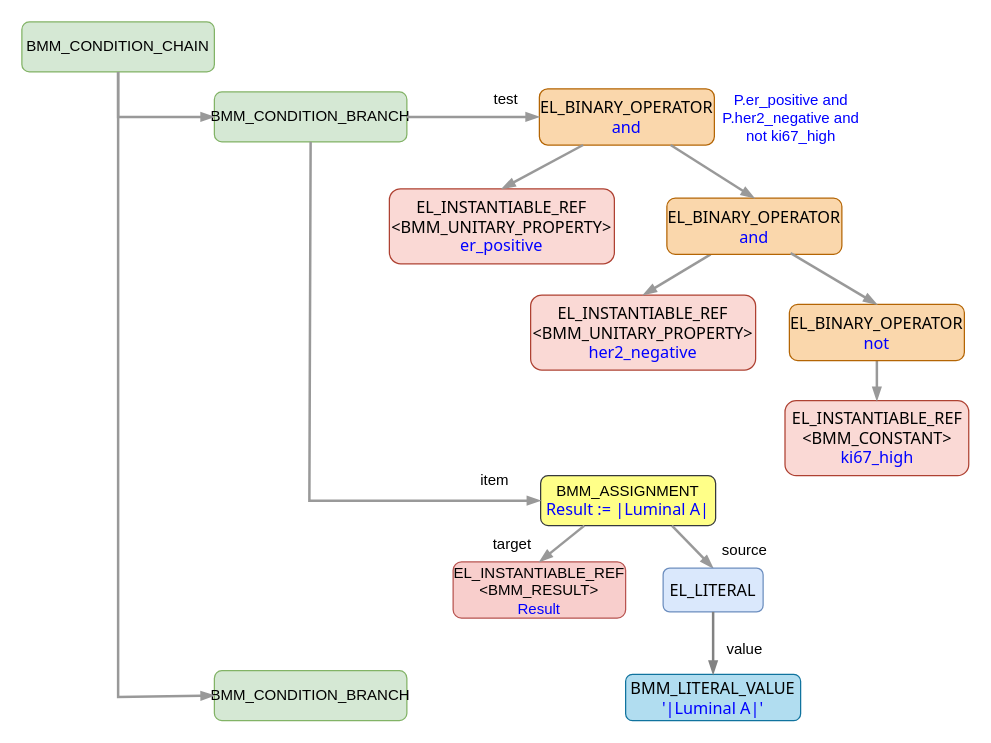
Above: docs/bmm/diagrams/bmm_condition_chain.drawio in openEHR/specifications-LANG (draw.io), before the change. Source tidied: cells renumbered, new cells numbered last; positions are measured from the earlier drawing's top-left corner, leaving out a move shared by most shapes. Both pictures are drawn from the tidied source at 125%, with x=0, y=0 at pixel (21, 21).
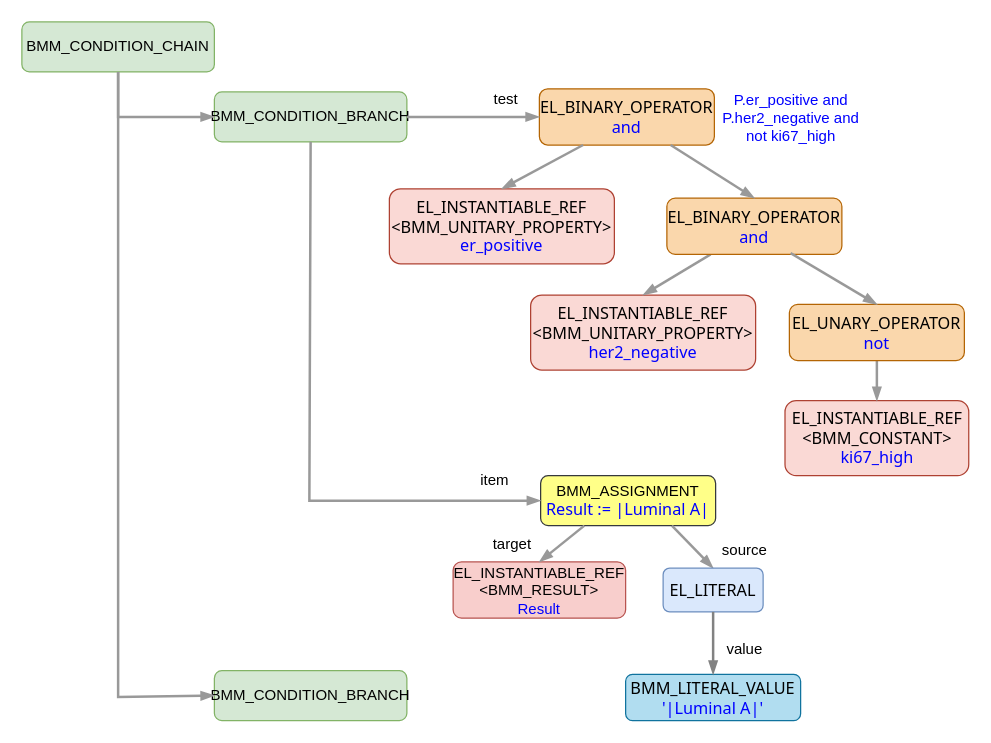
Above is the later version.

Commit message (it also covers changes not shown here):
Fix typo in diagram.

The edit, as a diff of the source:
```diff
@@
-    <mxCell id="23" value="EL_BINARY_OPERATOR&lt;br&gt;&lt;font color=&quot;#0000ff&quot;&gt;not&lt;/font&gt;" style="rounded=1;whiteSpace=wrap;html=1;shadow=0;glass=0;comic=0;labelBackgroundColor=none;strokeColor=#b46504;strokeWidth=1;fillColor=#fad7ac;fontFamily=Tahoma;fontSize=13;align=center;" parent="1" vertex="1">
+    <mxCell id="23" value="EL_UNARY_OPERATOR&lt;br&gt;&lt;font color=&quot;#0000ff&quot;&gt;not&lt;/font&gt;" style="rounded=1;whiteSpace=wrap;html=1;shadow=0;glass=0;comic=0;labelBackgroundColor=none;strokeColor=#b46504;strokeWidth=1;fillColor=#fad7ac;fontFamily=Tahoma;fontSize=13;align=center;" parent="1" vertex="1">
       <mxGeometry x="614" y="226" width="140" height="45" as="geometry" />
     </mxCell>
```
